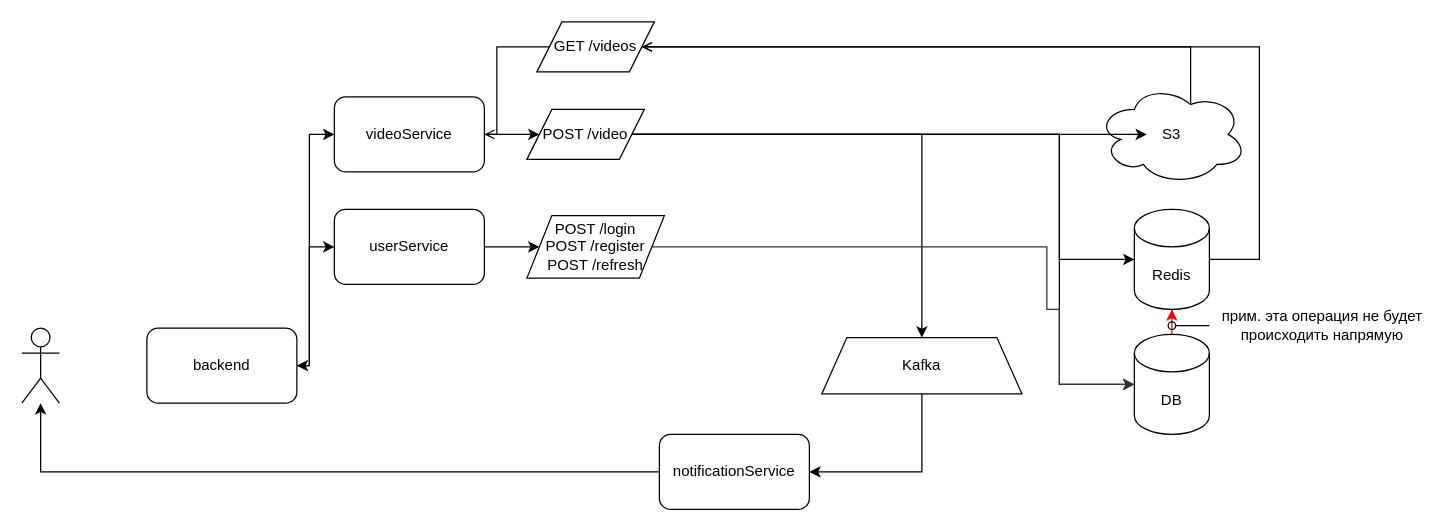
The draw.io diagram RecommendationSystemDemo.drawio in Yooshyasha/RecommendationSystemDemo, before the edit. Source tidied: cells renumbered, new cells numbered last; positions are measured from the earlier drawing's top-left corner, leaving out a move shared by most shapes. Both pictures are drawn from the tidied source at 125%, with x=0, y=0 at pixel (21, 21).
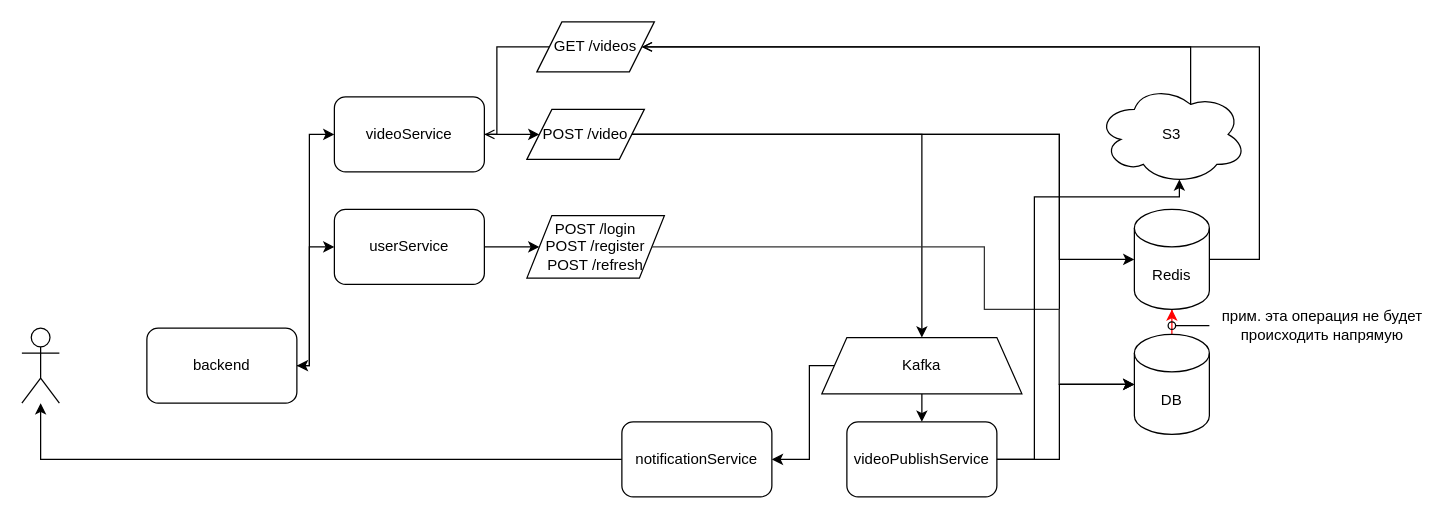
Above is the later version.

Unchanged cells that the change refers to:
```xml
<mxCell id="11" value="POST /video" style="shape=parallelogram;perimeter=parallelogramPerimeter;whiteSpace=wrap;html=1;fixedSize=1;" parent="1" vertex="1">
  <mxGeometry x="404" y="70" width="94" height="40" as="geometry" />
</mxCell>
<mxCell id="13" value="Kafka" style="shape=trapezoid;perimeter=trapezoidPerimeter;whiteSpace=wrap;html=1;fixedSize=1;" parent="1" vertex="1">
  <mxGeometry x="640" y="252.5" width="160" height="45" as="geometry" />
</mxCell>
<mxCell id="18" value="POST /login&lt;br&gt;POST /register&lt;br&gt;POST /refresh" style="shape=parallelogram;perimeter=parallelogramPerimeter;whiteSpace=wrap;html=1;fixedSize=1;" parent="1" vertex="1">
  <mxGeometry x="404" y="155" width="110" height="50" as="geometry" />
</mxCell>
<mxCell id="19" value="S3" style="ellipse;shape=cloud;whiteSpace=wrap;html=1;" parent="1" vertex="1">
  <mxGeometry x="860" y="50" width="120" height="80" as="geometry" />
</mxCell>
<mxCell id="21" value="DB" style="shape=cylinder3;whiteSpace=wrap;html=1;boundedLbl=1;backgroundOutline=1;size=15;" parent="1" vertex="1">
  <mxGeometry x="890" y="250" width="60" height="80" as="geometry" />
</mxCell>
```

The edit, as a diff of the source:
```diff
@@
+    <mxCell id="31" style="edgeStyle=orthogonalEdgeStyle;rounded=0;jettySize=auto;html=1;" parent="1" edge="1" source="13" target="32">
+      <mxGeometry relative="1" as="geometry" />
+    </mxCell>
     <mxCell id="12" style="edgeStyle=orthogonalEdgeStyle;rounded=0;jettySize=auto;html=1;entryX=1;entryY=0.5;entryDx=0;entryDy=0;" parent="1" edge="1" source="13" target="15">
       <mxGeometry relative="1" as="geometry">
         <Array as="points">
-          <mxPoint x="720" y="360" />
+          <mxPoint x="630" y="275" />
+          <mxPoint x="630" y="350" />
         </Array>
       </mxGeometry>
     </mxCell>
@@
     <mxCell id="15" value="notificationService" style="rounded=1;whiteSpace=wrap;html=1;" parent="1" vertex="1">
-      <mxGeometry x="510" y="330" width="120" height="60" as="geometry" />
+      <mxGeometry x="480" y="320" width="120" height="60" as="geometry" />
     </mxCell>
@@
-    <mxCell id="23" style="edgeStyle=orthogonalEdgeStyle;rounded=0;jettySize=auto;html=1;entryX=0.333;entryY=0.5;entryDx=0;entryDy=0;entryPerimeter=0;" parent="1" edge="1" source="11" target="19">
-      <mxGeometry relative="1" as="geometry" />
-    </mxCell>
@@
     <mxCell id="28" style="edgeStyle=orthogonalEdgeStyle;rounded=0;jettySize=auto;html=1;entryX=0;entryY=0.5;entryDx=0;entryDy=0;entryPerimeter=0;strokeColor=#333333;" parent="1" edge="1" source="18" target="21">
       <mxGeometry relative="1" as="geometry">
         <Array as="points">
-          <mxPoint x="820" y="180" />
-          <mxPoint x="820" y="230" />
+          <mxPoint x="770" y="180" />
+          <mxPoint x="770" y="230" />
           <mxPoint x="830" y="230" />
           <mxPoint x="830" y="290" />
         </Array>
       </mxGeometry>
     </mxCell>
@@
+    <mxCell id="32" value="videoPublishService" style="rounded=1;whiteSpace=wrap;html=1;" parent="1" vertex="1">
+      <mxGeometry x="660" y="320" width="120" height="60" as="geometry" />
+    </mxCell>
+    <mxCell id="33" style="edgeStyle=orthogonalEdgeStyle;rounded=0;jettySize=auto;html=1;entryX=0;entryY=0.5;entryDx=0;entryDy=0;entryPerimeter=0;" parent="1" edge="1" source="32" target="21">
+      <mxGeometry relative="1" as="geometry">
+        <Array as="points">
+          <mxPoint x="830" y="350" />
+          <mxPoint x="830" y="290" />
+        </Array>
+      </mxGeometry>
+    </mxCell>
+    <mxCell id="34" style="edgeStyle=orthogonalEdgeStyle;rounded=0;jettySize=auto;html=1;entryX=0.55;entryY=0.95;entryDx=0;entryDy=0;entryPerimeter=0;" parent="1" edge="1" source="32" target="19">
+      <mxGeometry relative="1" as="geometry">
+        <Array as="points">
+          <mxPoint x="810" y="350" />
+          <mxPoint x="810" y="140" />
+          <mxPoint x="926" y="140" />
+        </Array>
+      </mxGeometry>
+    </mxCell>
```
